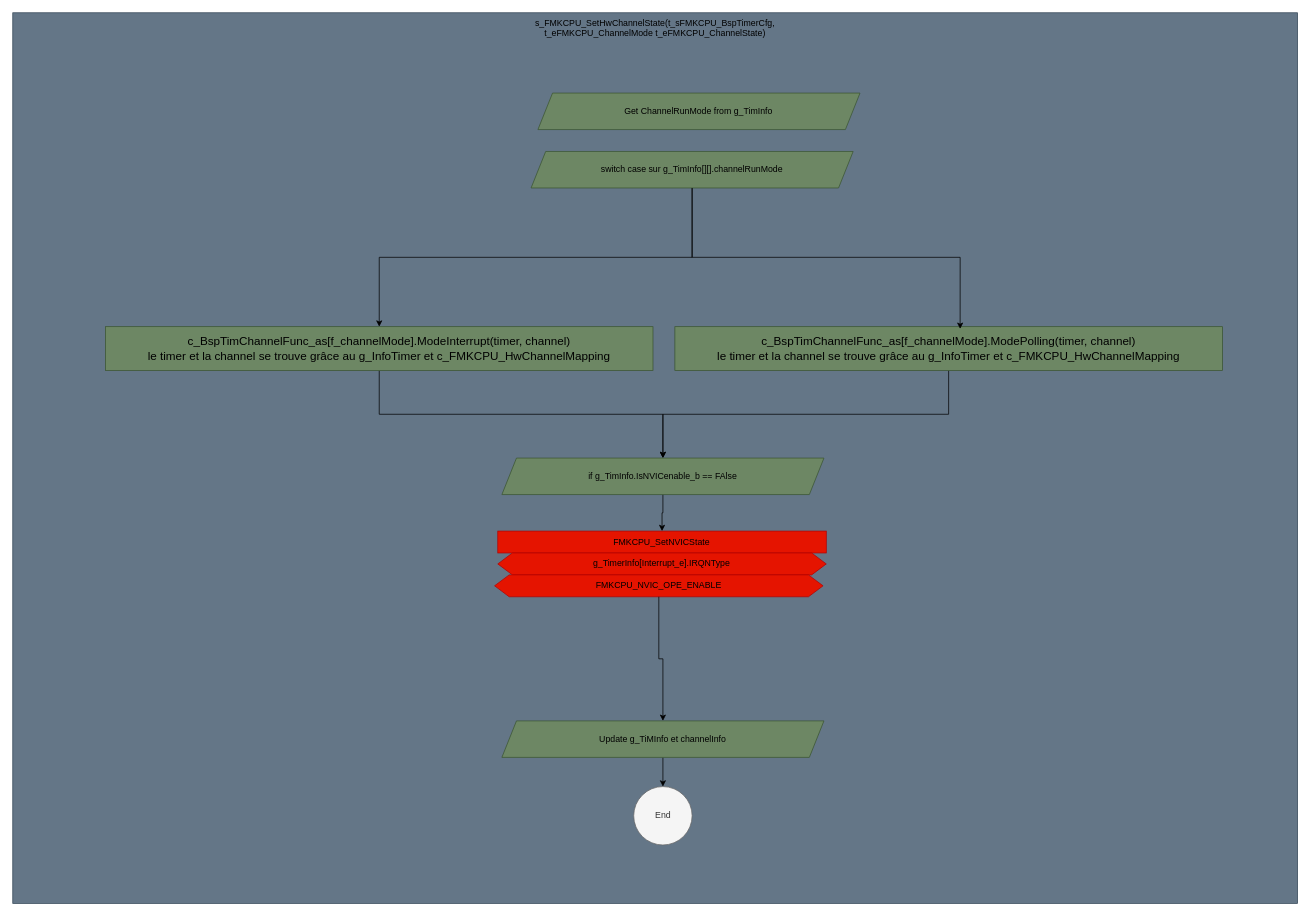
mbarbeau0545/Stm32PrjTpl keeps this draw.io diagram as page "s_Func_SetHwChannelState" (4 of 14) of src/1_FMK/FMK_HAL/FMK_CPU/Doc/FMK_CPU.drawio. Above is the earlier version. Source tidied: cells renumbered, new cells numbered last; positions are measured from the earlier drawing's top-left corner, leaving out a move shared by most shapes. Both pictures are drawn from the tidied source at 73%, with x=0, y=0 at pixel (12, 12).
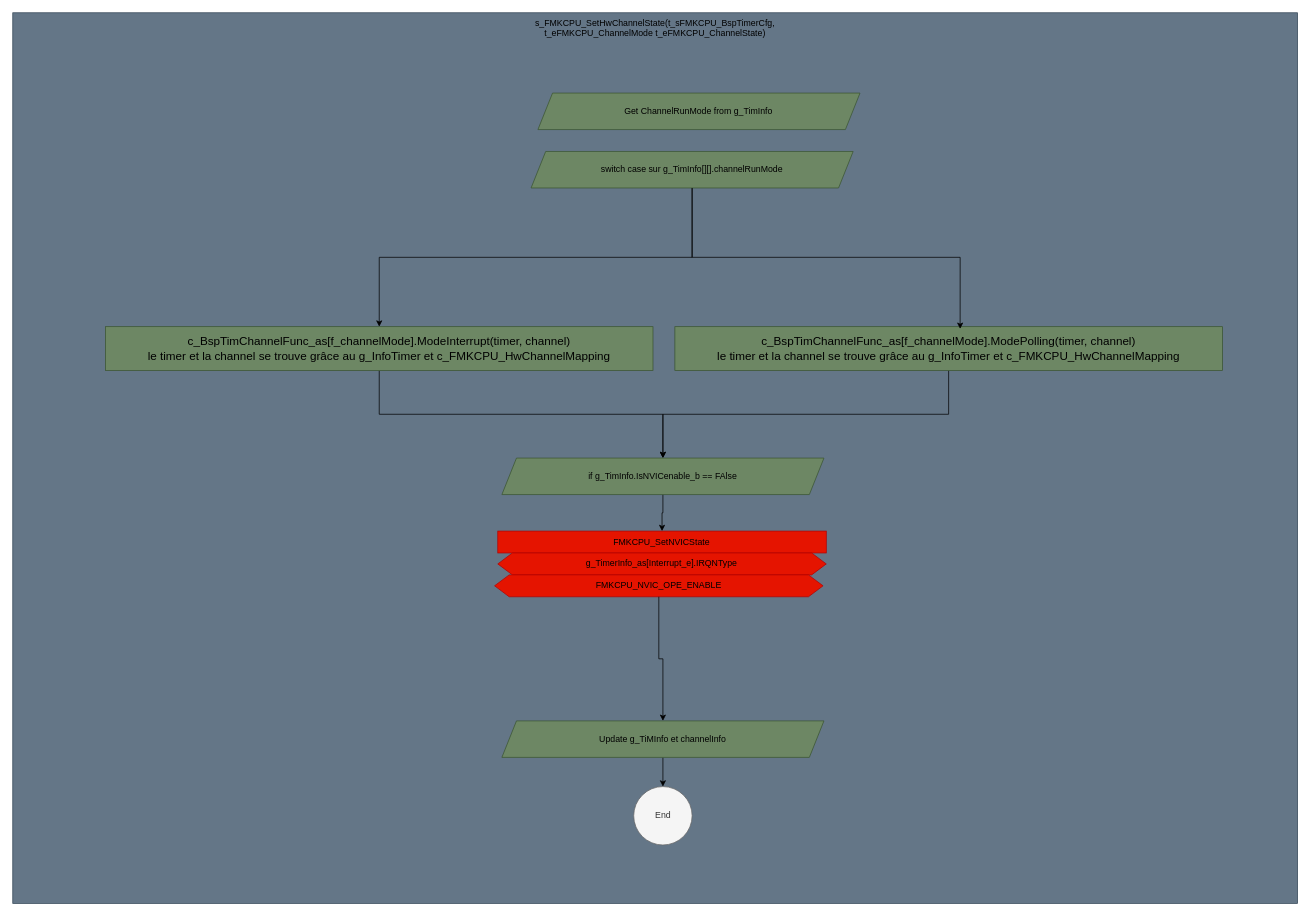
Above is the later version.

The change refers to these unchanged cells:
```xml
<mxCell id="14" style="group;" parent="1" vertex="1">
  <mxGeometry x="660" y="710" width="454.4" height="90" as="geometry" />
</mxCell>
```

Change to the diagram source:
```diff
@@
-    <mxCell id="16" value="g_TimerInfo[Interrupt_e].IRQNType" style="shape=hexagon;perimeter=hexagonPerimeter2;whiteSpace=wrap;html=1;fixedSize=1;fillColor=#e51400;fontColor=#000000;strokeColor=#B20000;" parent="14" vertex="1">
+    <mxCell id="16" value="g_TimerInfo_as[Interrupt_e].IRQNType" style="shape=hexagon;perimeter=hexagonPerimeter2;whiteSpace=wrap;html=1;fixedSize=1;fillColor=#e51400;fontColor=#000000;strokeColor=#B20000;" parent="14" vertex="1">
       <mxGeometry x="4.4" y="30" width="450" height="30" as="geometry" />
     </mxCell>
```
